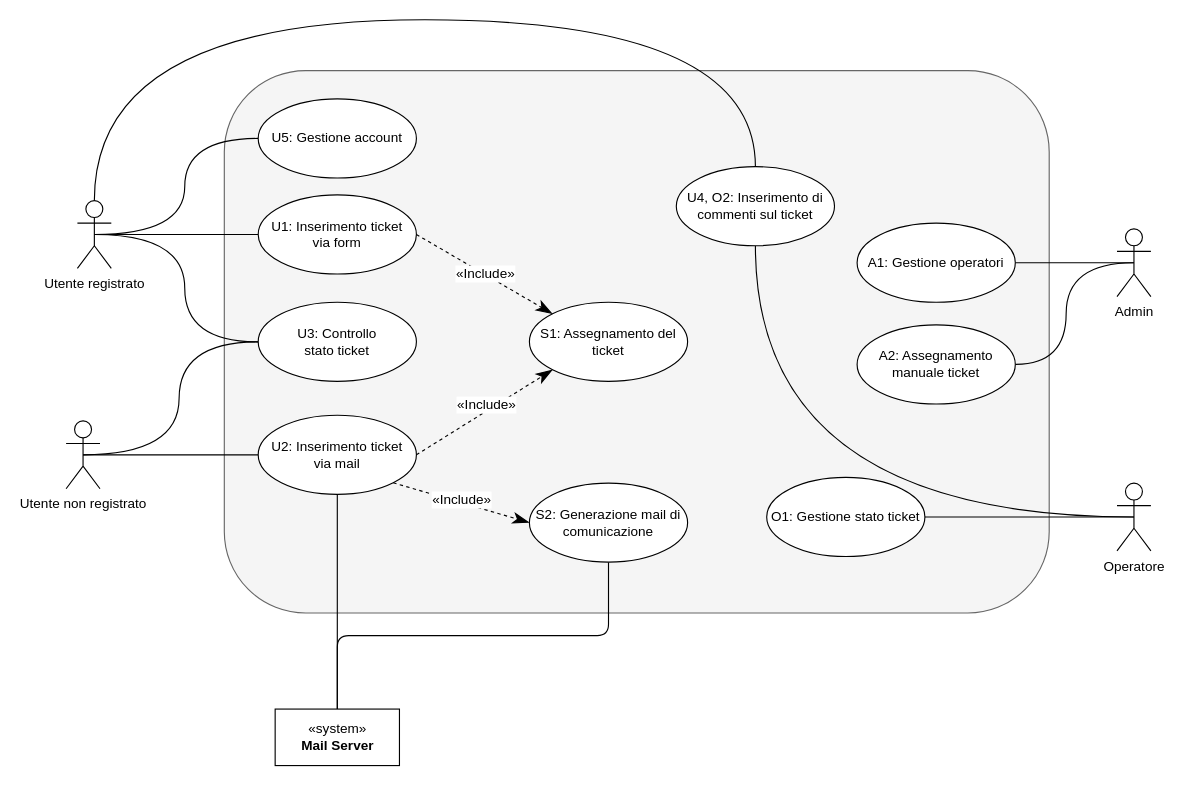
shxdow/aep keeps this draw.io diagram as page "Use Cases UML" (1 of 2) of docs/use-cases.drawio. Above is the earlier version. Source tidied: cells renumbered, new cells numbered last; positions are measured from the earlier drawing's top-left corner, leaving out a move shared by most shapes. Both pictures are drawn from the tidied source at 113%, with x=0, y=0 at pixel (66, 19).
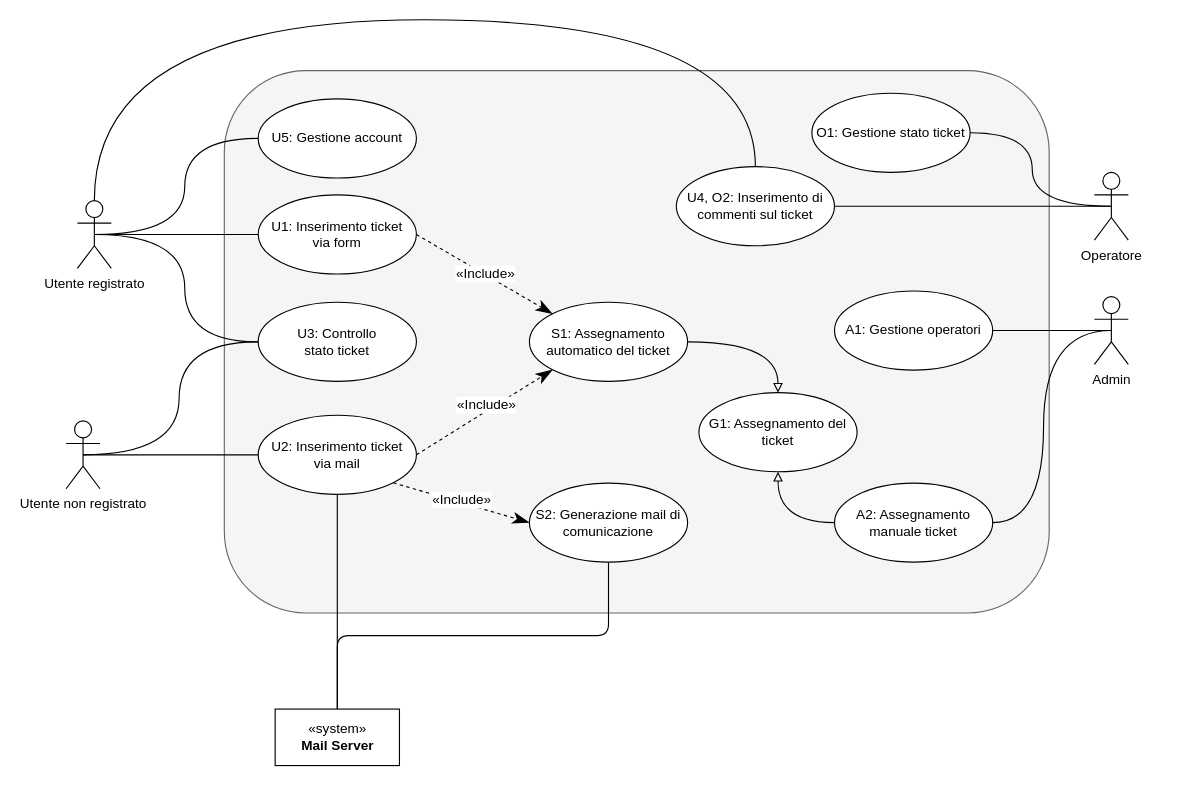
The same page after the edit.

Commit message:
added generic use case

The change refers to these unchanged cells:
```xml
<mxCell id="22" value="U4, O2: Inserimento di commenti sul ticket" style="ellipse;whiteSpace=wrap;html=1;" parent="1" vertex="1">
  <mxGeometry x="540" y="130" width="140" height="70" as="geometry" />
</mxCell>
```

What changed in the source:
```diff
@@
-    <mxCell id="12" style="edgeStyle=orthogonalEdgeStyle;curved=1;jettySize=auto;html=1;exitX=0.5;exitY=0.5;exitDx=0;exitDy=0;exitPerimeter=0;entryX=0.5;entryY=1;entryDx=0;entryDy=0;endArrow=none;endFill=0;" parent="1" edge="1" source="13" target="22">
+    <mxCell id="12" style="edgeStyle=orthogonalEdgeStyle;curved=1;jettySize=auto;html=1;exitX=0.5;exitY=0.5;exitDx=0;exitDy=0;exitPerimeter=0;entryX=1;entryY=0.5;entryDx=0;entryDy=0;endArrow=none;endFill=0;" parent="1" edge="1" source="13" target="22">
       <mxGeometry relative="1" as="geometry" />
     </mxCell>
     <mxCell id="13" value="Operatore" style="shape=umlActor;verticalLabelPosition=bottom;labelBackgroundColor=#ffffff;verticalAlign=top;html=1;" parent="1" vertex="1">
-      <mxGeometry x="930" y="410" width="30" height="60" as="geometry" />
+      <mxGeometry x="910" y="135" width="30" height="60" as="geometry" />
     </mxCell>
@@
     <mxCell id="16" value="Admin" style="shape=umlActor;verticalLabelPosition=bottom;labelBackgroundColor=#ffffff;verticalAlign=top;html=1;" parent="1" vertex="1">
-      <mxGeometry x="930" y="185" width="30" height="60" as="geometry" />
+      <mxGeometry x="910" y="245" width="30" height="60" as="geometry" />
     </mxCell>
@@
     <mxCell id="19" value="O1: Gestione stato ticket" style="ellipse;whiteSpace=wrap;html=1;" parent="1" vertex="1">
-      <mxGeometry x="620" y="405" width="140" height="70" as="geometry" />
+      <mxGeometry x="660" y="65" width="140" height="70" as="geometry" />
     </mxCell>
@@
     <mxCell id="23" value="A1: Gestione operatori" style="ellipse;whiteSpace=wrap;html=1;" parent="1" vertex="1">
-      <mxGeometry x="700" y="180" width="140" height="70" as="geometry" />
+      <mxGeometry x="680" y="240" width="140" height="70" as="geometry" />
     </mxCell>
+    <mxCell id="36" style="edgeStyle=orthogonalEdgeStyle;jettySize=auto;html=1;exitX=1;exitY=0.5;exitDx=0;exitDy=0;entryX=0.5;entryY=0;entryDx=0;entryDy=0;endArrow=block;endFill=0;curved=1;" parent="1" edge="1" source="24" target="38">
+      <mxGeometry relative="1" as="geometry" />
+    </mxCell>
-    <mxCell id="24" value="S1: Assegnamento del ticket" style="ellipse;whiteSpace=wrap;html=1;" parent="1" vertex="1">
+    <mxCell id="24" value="S1: Assegnamento automatico del ticket" style="ellipse;whiteSpace=wrap;html=1;" parent="1" vertex="1">
       <mxGeometry x="410" y="250" width="140" height="70" as="geometry" />
     </mxCell>
@@
+    <mxCell id="37" style="edgeStyle=orthogonalEdgeStyle;jettySize=auto;html=1;exitX=0;exitY=0.5;exitDx=0;exitDy=0;entryX=0.5;entryY=1;entryDx=0;entryDy=0;endArrow=block;endFill=0;curved=1;" parent="1" edge="1" source="35" target="38">
+      <mxGeometry relative="1" as="geometry" />
+    </mxCell>
     <mxCell id="35" value="A2: Assegnamento manuale ticket" style="ellipse;whiteSpace=wrap;html=1;" parent="1" vertex="1">
-      <mxGeometry x="700" y="270" width="140" height="70" as="geometry" />
+      <mxGeometry x="680" y="410" width="140" height="70" as="geometry" />
     </mxCell>
+    <mxCell id="38" value="G1: Assegnamento del ticket" style="ellipse;whiteSpace=wrap;html=1;" parent="1" vertex="1">
+      <mxGeometry x="560" y="330" width="140" height="70" as="geometry" />
+    </mxCell>
```
